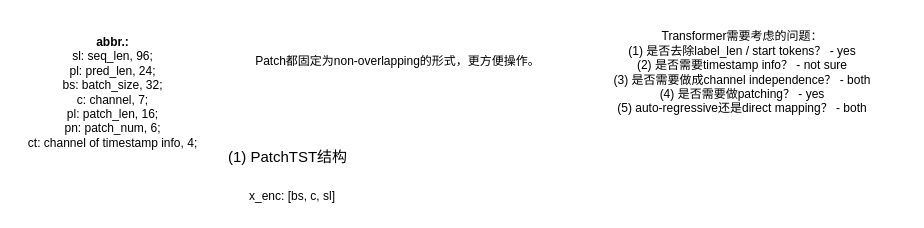
HALF111/Research_figures keeps this draw.io diagram as TSF_Transformer架构探讨.drawio. Above is the earlier version. Source tidied: cells renumbered, new cells numbered last; positions are measured from the earlier drawing's top-left corner, leaving out a move shared by most shapes. Both pictures are drawn from the tidied source at 100%, with x=0, y=0 at pixel (17, 17).
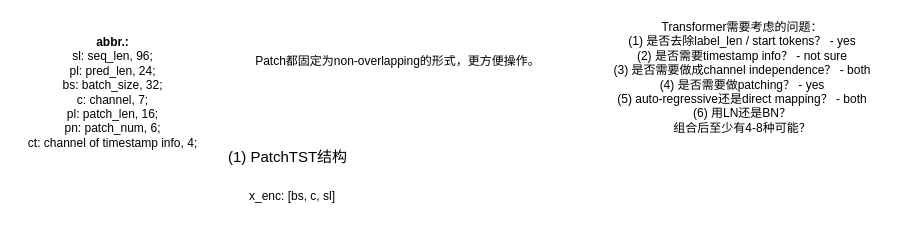
After the change.

Commit message (it also covers changes not shown here):
更新TSF_Transformer架构探讨.drawio

What changed in the source:
```diff
@@
 <mxGraphModel>
   <root>
     <mxCell id="0" />
     <mxCell id="1" parent="0" />
     <mxCell id="2" value="x_enc: [bs, c, sl]" style="text;html=1;align=center;verticalAlign=middle;whiteSpace=wrap;rounded=0;" parent="1" vertex="1">
       <mxGeometry x="200" y="164" width="150" height="30" as="geometry" />
     </mxCell>
     <mxCell id="3" value="&lt;font style=&quot;font-size: 15px;&quot;&gt;(1) PatchTST结构&lt;/font&gt;" style="text;html=1;align=center;verticalAlign=middle;strokeColor=none;fillColor=none;" parent="1" vertex="1">
       <mxGeometry x="200" y="124" width="140" height="30" as="geometry" />
     </mxCell>
     <mxCell id="4" value="&lt;b&gt;abbr.:&lt;/b&gt;&lt;div&gt;sl: seq_len, 96;&lt;/div&gt;&lt;div&gt;pl: pred_len, 24;&lt;/div&gt;&lt;div&gt;bs: batch_size, 32;&lt;/div&gt;&lt;div&gt;c: channel, 7;&lt;/div&gt;&lt;div&gt;pl: patch_len, 16;&lt;/div&gt;&lt;div&gt;pn: patch_num, 6;&lt;/div&gt;&lt;div&gt;ct: channel of timestamp info, 4;&lt;/div&gt;" style="text;html=1;align=center;verticalAlign=middle;strokeColor=none;fillColor=none;" parent="1" vertex="1">
       <mxGeometry y="10" width="190" height="130" as="geometry" />
     </mxCell>
     <mxCell id="5" value="Patch都固定为non-overlapping的形式，更方便操作。" style="text;html=1;align=center;verticalAlign=middle;strokeColor=none;fillColor=none;" parent="1" vertex="1">
       <mxGeometry x="225" y="29" width="310" height="30" as="geometry" />
     </mxCell>
-    <mxCell id="6" value="Transformer需要考虑的问题：&lt;div&gt;(1) 是否去除label_len / start tokens？ - yes&lt;/div&gt;&lt;div&gt;(2) 是否需要timestamp info？ - not sure&lt;/div&gt;&lt;div&gt;(3) 是否需要做成channel independence？ - both&lt;/div&gt;&lt;div&gt;(4) 是否需要做patching？ - yes&lt;/div&gt;&lt;div&gt;(5) auto-regressive还是direct mapping？ - both&lt;/div&gt;" style="text;html=1;align=center;verticalAlign=middle;whiteSpace=wrap;rounded=0;" parent="1" vertex="1">
-      <mxGeometry x="560" width="330" height="110" as="geometry" />
+    <mxCell id="6" value="Transformer需要考虑的问题：&lt;div&gt;(1) 是否去除label_len / start tokens？ - yes&lt;/div&gt;&lt;div&gt;(2) 是否需要timestamp info？ - not sure&lt;/div&gt;&lt;div&gt;(3) 是否需要做成channel independence？ - both&lt;/div&gt;&lt;div&gt;(4) 是否需要做patching？ - yes&lt;/div&gt;&lt;div&gt;(5) auto-regressive还是direct mapping？ - both&lt;/div&gt;&lt;div&gt;(6) 用LN还是BN？&lt;/div&gt;&lt;div&gt;组合后至少有4-8种可能？&lt;/div&gt;" style="text;html=1;align=center;verticalAlign=middle;whiteSpace=wrap;rounded=0;" parent="1" vertex="1">
+      <mxGeometry x="560" width="330" height="120" as="geometry" />
     </mxCell>
   </root>
 </mxGraphModel>
```
